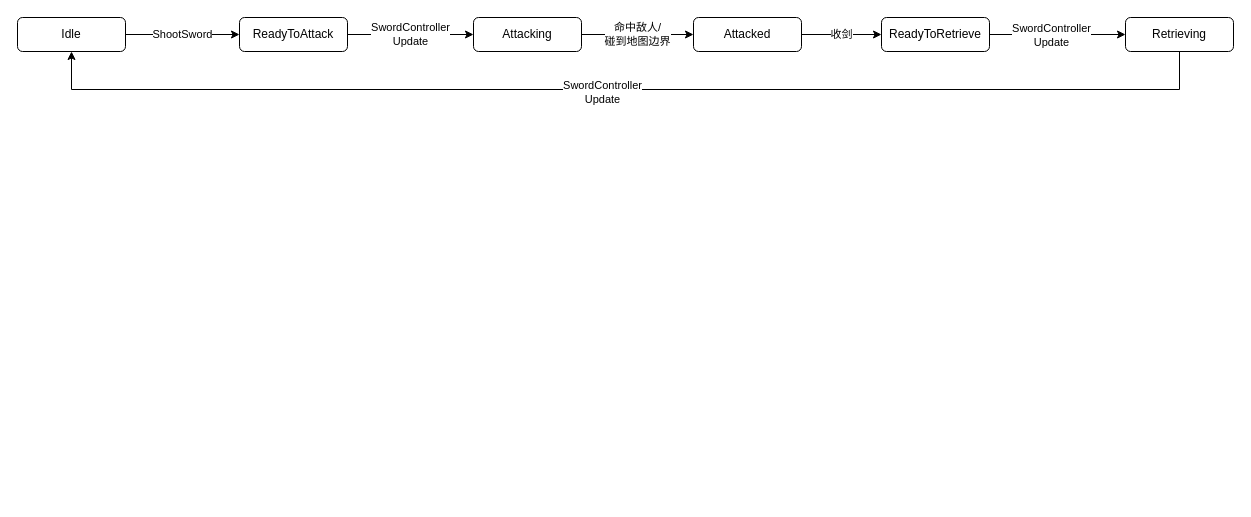
Above: page "Sword" (8 of 9) of WarmWater.drawio in lancelodliu/draw.io (draw.io), before the change. Source tidied: cells renumbered, new cells numbered last; positions are measured from the earlier drawing's top-left corner, leaving out a move shared by most shapes. Both pictures are drawn from the tidied source at 100%, with x=0, y=0 at pixel (17, 17).
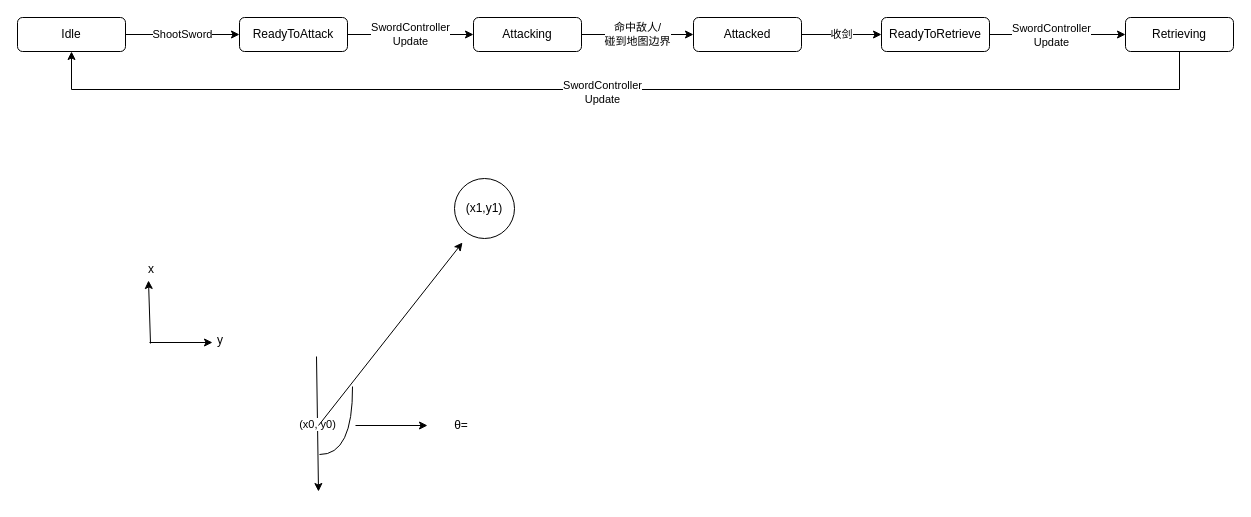
Above is the later version.

Change to the diagram source:
```diff
@@
+    <mxCell id="16" value="(x0, y0)" style="endArrow=classic;html=1;rounded=0;" parent="1" edge="1">
+      <mxGeometry relative="1" as="geometry">
+        <mxPoint x="299" y="339" as="sourcePoint" />
+        <mxPoint x="301" y="474" as="targetPoint" />
+      </mxGeometry>
+    </mxCell>
+    <mxCell id="17" value="(x1,y1)" style="ellipse;whiteSpace=wrap;html=1;" parent="1" vertex="1">
+      <mxGeometry x="437" y="161" width="60" height="60" as="geometry" />
+    </mxCell>
+    <mxCell id="18" style="endArrow=classic;html=1;rounded=0;" parent="1" edge="1">
+      <mxGeometry relative="1" as="geometry">
+        <mxPoint x="301" y="408" as="sourcePoint" />
+        <mxPoint x="445" y="225" as="targetPoint" />
+      </mxGeometry>
+    </mxCell>
+    <mxCell id="19" style="endArrow=none;html=1;rounded=0;edgeStyle=orthogonalEdgeStyle;curved=1;" parent="1" edge="1">
+      <mxGeometry relative="1" as="geometry">
+        <mxPoint x="302" y="437" as="sourcePoint" />
+        <mxPoint x="335" y="369" as="targetPoint" />
+      </mxGeometry>
+    </mxCell>
+    <mxCell id="20" style="endArrow=classic;html=1;rounded=0;" parent="1" edge="1">
+      <mxGeometry relative="1" as="geometry">
+        <mxPoint x="338" y="408" as="sourcePoint" />
+        <mxPoint x="410" y="408" as="targetPoint" />
+      </mxGeometry>
+    </mxCell>
+    <mxCell id="21" value="θ=" style="text;html=1;align=center;verticalAlign=middle;whiteSpace=wrap;rounded=0;" parent="1" vertex="1">
+      <mxGeometry x="414" y="393" width="60" height="30" as="geometry" />
+    </mxCell>
+    <mxCell id="22" style="endArrow=classic;html=1;rounded=0;" parent="1" edge="1">
+      <mxGeometry relative="1" as="geometry">
+        <mxPoint x="133" y="326" as="sourcePoint" />
+        <mxPoint x="131" y="263" as="targetPoint" />
+      </mxGeometry>
+    </mxCell>
+    <mxCell id="23" value="x" style="text;html=1;align=center;verticalAlign=middle;whiteSpace=wrap;rounded=0;" parent="1" vertex="1">
+      <mxGeometry x="104" y="237" width="60" height="30" as="geometry" />
+    </mxCell>
+    <mxCell id="24" style="endArrow=classic;html=1;rounded=0;" parent="1" edge="1">
+      <mxGeometry relative="1" as="geometry">
+        <mxPoint x="132" y="325" as="sourcePoint" />
+        <mxPoint x="195" y="325" as="targetPoint" />
+      </mxGeometry>
+    </mxCell>
+    <mxCell id="25" value="y" style="text;html=1;align=center;verticalAlign=middle;whiteSpace=wrap;rounded=0;" parent="1" vertex="1">
+      <mxGeometry x="173" y="308" width="60" height="30" as="geometry" />
+    </mxCell>
```
